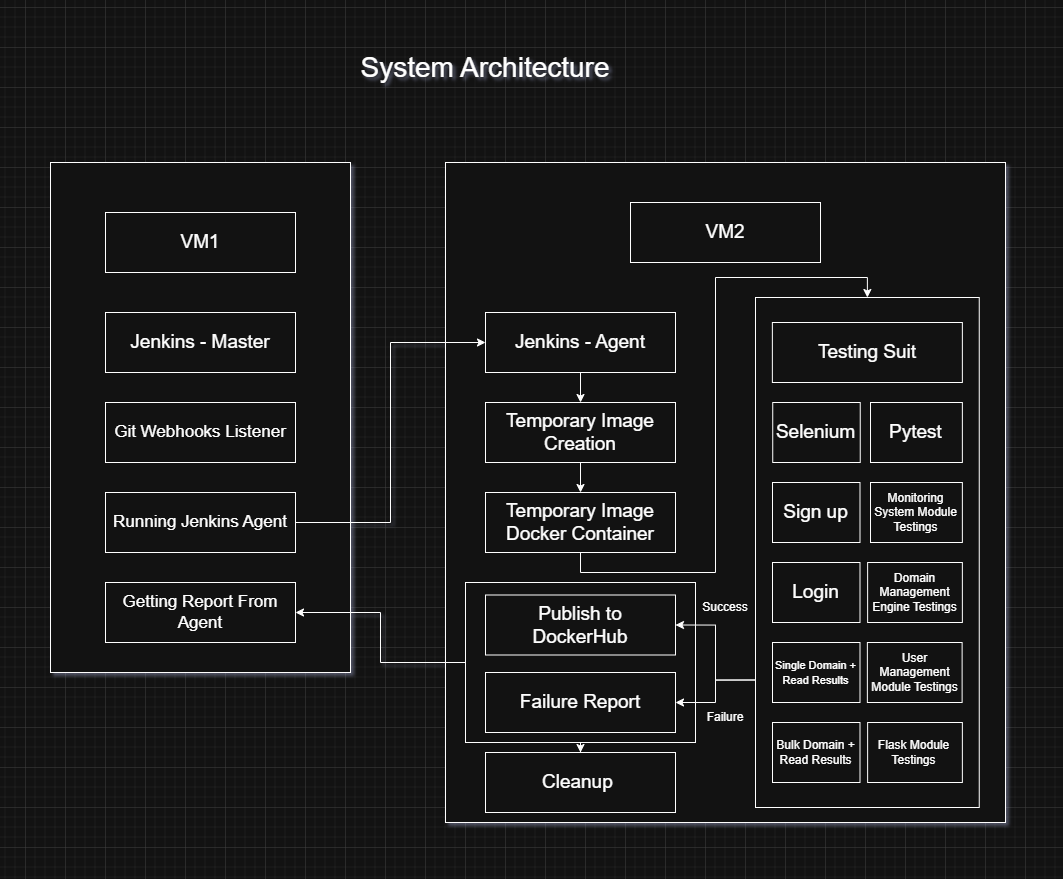
Above: CI/Design Documents/Devops Course - Task 2 - System Architecture.png in cerform/domain_monitoring_devops (draw.io), before the change. Source tidied: cells renumbered, new cells last; positions are measured from the earlier drawing's top-left corner, leaving out a move shared by most shapes.
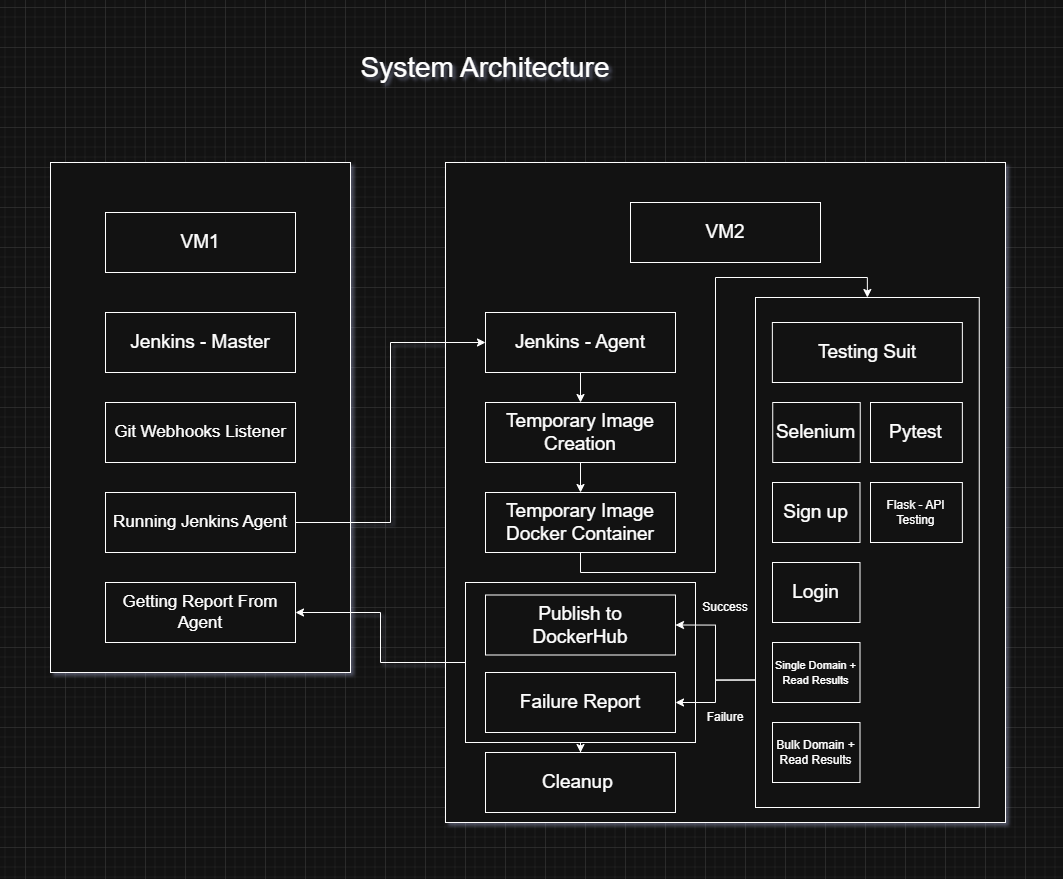
Above is the later version.

Diff of the diagram source:
```diff
@@ -41,15 +41,6 @@
     <mxCell id="14" style="edgeStyle=orthogonalEdgeStyle;rounded=0;jettySize=auto;html=1;exitX=0;exitY=0.75;exitDx=0;exitDy=0;" parent="1" edge="1" source="3" target="55">
       <mxGeometry relative="1" as="geometry" />
     </mxCell>
-    <mxCell id="15" style="rounded=0;whiteSpace=wrap;html=1;" parent="1" vertex="1">
-      <mxGeometry x="817.1" y="510" width="94.8" height="60" as="geometry" />
-    </mxCell>
-    <mxCell id="16" style="rounded=0;whiteSpace=wrap;html=1;" parent="1" vertex="1">
-      <mxGeometry x="816.9" y="590" width="94.8" height="60" as="geometry" />
-    </mxCell>
-    <mxCell id="17" style="rounded=0;whiteSpace=wrap;html=1;" parent="1" vertex="1">
-      <mxGeometry x="817.1" y="670" width="94.8" height="60" as="geometry" />
-    </mxCell>
     <mxCell id="18" style="rounded=0;whiteSpace=wrap;html=1;" parent="1" vertex="1">
       <mxGeometry x="820" y="430" width="91.9" height="60" as="geometry" />
     </mxCell>
@@ -107,18 +98,9 @@
     <mxCell id="36" value="&lt;font&gt;Bulk Domain + Read Results&lt;/font&gt;" style="text;html=1;whiteSpace=wrap;strokeColor=none;fillColor=none;align=center;verticalAlign=middle;rounded=0;" parent="1" vertex="1">
       <mxGeometry x="718.5" y="682.5" width="95" height="35" as="geometry" />
     </mxCell>
-    <mxCell id="37" value="&lt;font&gt;Monitoring System Module Testings&lt;/font&gt;" style="text;html=1;whiteSpace=wrap;strokeColor=none;fillColor=none;align=center;verticalAlign=middle;rounded=0;" parent="1" vertex="1">
+    <mxCell id="37" value="Flask - API Testing" style="text;html=1;whiteSpace=wrap;strokeColor=none;fillColor=none;align=center;verticalAlign=middle;rounded=0;" parent="1" vertex="1">
       <mxGeometry x="818.4" y="442.5" width="95" height="35" as="geometry" />
     </mxCell>
-    <mxCell id="38" value="&lt;font&gt;Domain Management&lt;/font&gt;&lt;div&gt;&lt;font&gt;Engine Testings&lt;/font&gt;&lt;/div&gt;" style="text;html=1;whiteSpace=wrap;strokeColor=none;fillColor=none;align=center;verticalAlign=middle;rounded=0;" parent="1" vertex="1">
-      <mxGeometry x="816.9" y="522.5" width="95" height="35" as="geometry" />
-    </mxCell>
-    <mxCell id="39" value="&lt;font&gt;User Management Module Testings&lt;/font&gt;" style="text;html=1;whiteSpace=wrap;strokeColor=none;fillColor=none;align=center;verticalAlign=middle;rounded=0;" parent="1" vertex="1">
-      <mxGeometry x="816.9" y="602.5" width="95" height="35" as="geometry" />
-    </mxCell>
-    <mxCell id="40" value="&lt;font&gt;Flask Module Testings&lt;/font&gt;" style="text;html=1;whiteSpace=wrap;strokeColor=none;fillColor=none;align=center;verticalAlign=middle;rounded=0;" parent="1" vertex="1">
-      <mxGeometry x="815.5" y="682.5" width="95" height="35" as="geometry" />
-    </mxCell>
     <mxCell id="41" value="&lt;font style=&quot;font-size: 17px;&quot;&gt;Git Webhooks Listener&lt;/font&gt;" style="rounded=0;whiteSpace=wrap;html=1;" parent="1" vertex="1">
       <mxGeometry x="55" y="350" width="190" height="60" as="geometry" />
     </mxCell>
```
